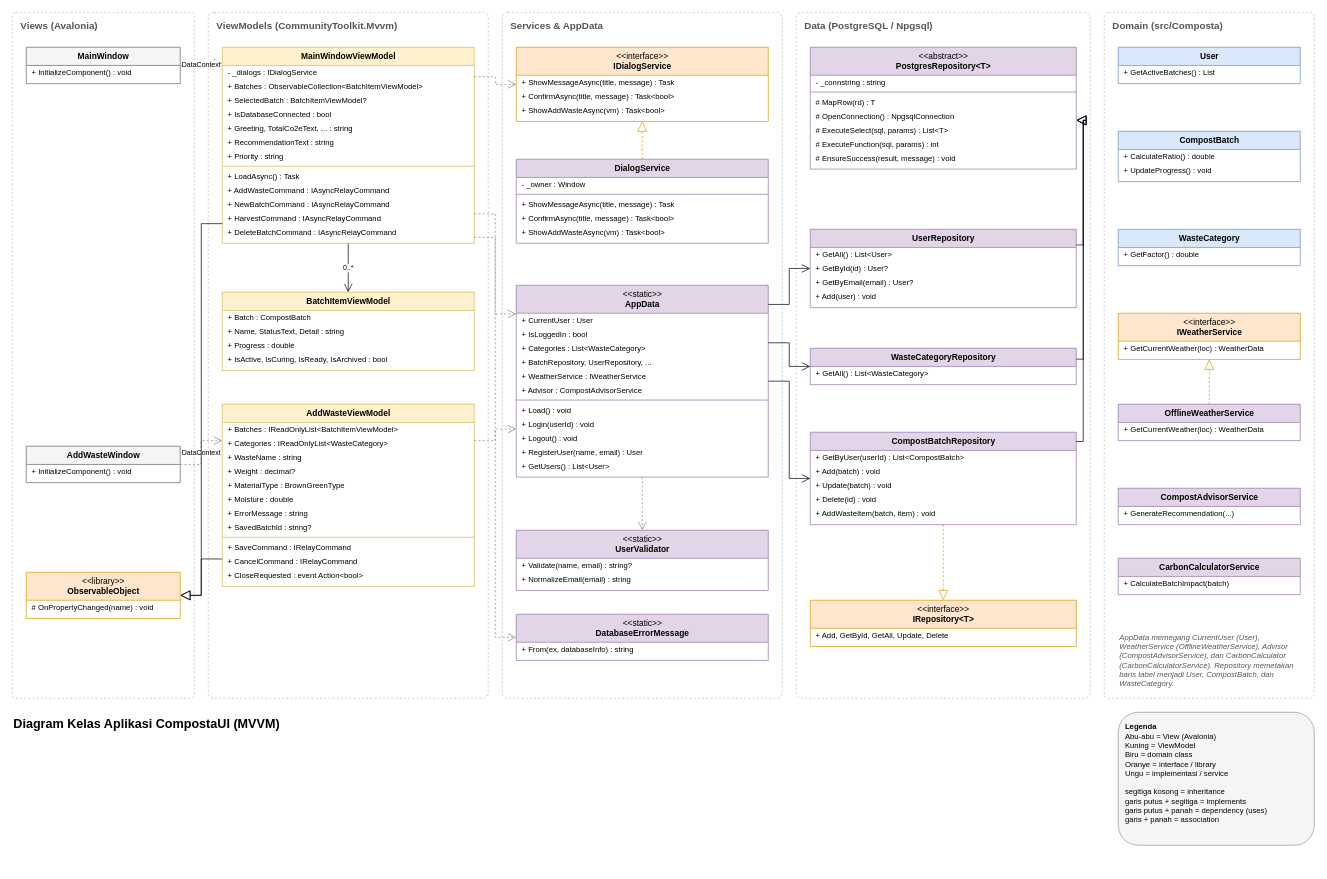
Earlier version of the draw.io diagram docs/class-diagram-aplikasi.drawio (Nabil-Aufa/composta). Source tidied: cells renumbered, new cells numbered last; positions are measured from the earlier drawing's top-left corner, leaving out a move shared by most shapes. Both pictures are drawn from the tidied source at 70%, with x=0, y=0 at pixel (12, 12).
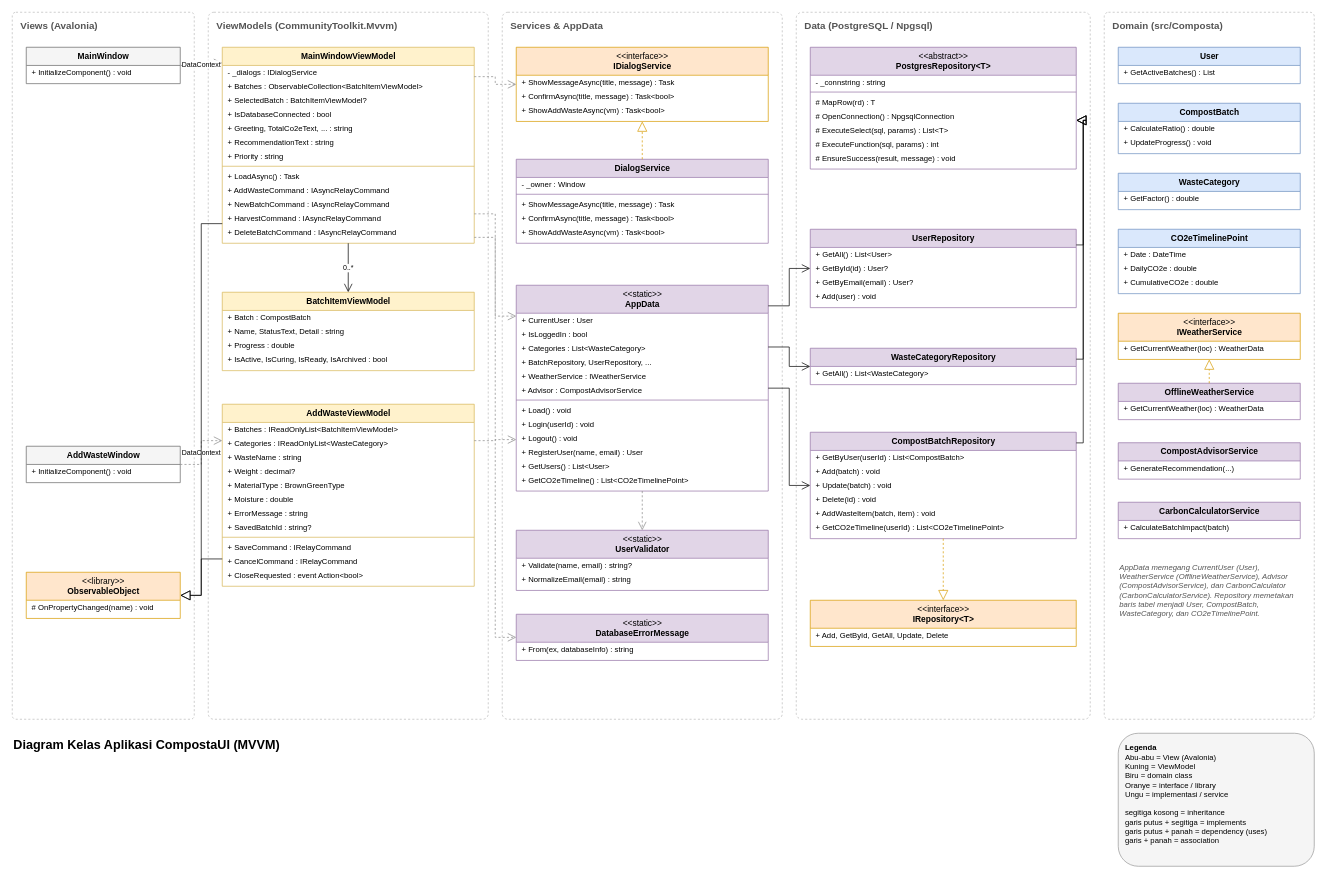
After the change.

Commit message (it also covers changes not shown here):
fix: selaraskan pembulatan CO2e timeline dengan banker's rounding dan update diagram kelas (#17)

What changed in the source:
```diff
@@
     <mxCell id="2" value="Views (Avalonia)" style="rounded=1;arcSize=2;dashed=1;fillColor=none;strokeColor=#BBBBBB;verticalAlign=top;align=left;spacingLeft=10;spacingTop=4;fontStyle=1;fontSize=14;fontColor=#555555;" parent="1" vertex="1">
-      <mxGeometry width="260" height="980" as="geometry" />
+      <mxGeometry width="260" height="1010" as="geometry" />
     </mxCell>
     <mxCell id="3" value="ViewModels (CommunityToolkit.Mvvm)" style="rounded=1;arcSize=2;dashed=1;fillColor=none;strokeColor=#BBBBBB;verticalAlign=top;align=left;spacingLeft=10;spacingTop=4;fontStyle=1;fontSize=14;fontColor=#555555;" parent="1" vertex="1">
-      <mxGeometry x="280" width="400" height="980" as="geometry" />
+      <mxGeometry x="280" width="400" height="1010" as="geometry" />
     </mxCell>
     <mxCell id="4" value="Services &amp; AppData" style="rounded=1;arcSize=2;dashed=1;fillColor=none;strokeColor=#BBBBBB;verticalAlign=top;align=left;spacingLeft=10;spacingTop=4;fontStyle=1;fontSize=14;fontColor=#555555;" parent="1" vertex="1">
-      <mxGeometry x="700" width="400" height="980" as="geometry" />
+      <mxGeometry x="700" width="400" height="1010" as="geometry" />
     </mxCell>
     <mxCell id="5" value="Data (PostgreSQL / Npgsql)" style="rounded=1;arcSize=2;dashed=1;fillColor=none;strokeColor=#BBBBBB;verticalAlign=top;align=left;spacingLeft=10;spacingTop=4;fontStyle=1;fontSize=14;fontColor=#555555;" parent="1" vertex="1">
-      <mxGeometry x="1120" width="420" height="980" as="geometry" />
+      <mxGeometry x="1120" width="420" height="1010" as="geometry" />
     </mxCell>
     <mxCell id="6" value="Domain (src/Composta)" style="rounded=1;arcSize=2;dashed=1;fillColor=none;strokeColor=#BBBBBB;verticalAlign=top;align=left;spacingLeft=10;spacingTop=4;fontStyle=1;fontSize=14;fontColor=#555555;" parent="1" vertex="1">
-      <mxGeometry x="1560" width="300" height="980" as="geometry" />
+      <mxGeometry x="1560" width="300" height="1010" as="geometry" />
     </mxCell>
@@
     <mxCell id="55" value="&amp;lt;&amp;lt;static&amp;gt;&amp;gt;&lt;br&gt;&lt;b&gt;AppData&lt;/b&gt;" style="swimlane;html=1;fontStyle=0;horizontal=1;startSize=40;fillColor=#e1d5e7;strokeColor=#9673a6;swimlaneFillColor=#ffffff;fontSize=12;" parent="1" vertex="1">
-      <mxGeometry x="720" y="390" width="360" height="274" as="geometry" />
+      <mxGeometry x="720" y="390" width="360" height="294" as="geometry" />
     </mxCell>
@@
+    <mxCell id="133" value="+ GetCO2eTimeline() : List&lt;CO2eTimelinePoint&gt;" style="text;strokeColor=none;fillColor=none;align=left;verticalAlign=middle;spacingLeft=6;fontSize=11;" parent="55" vertex="1">
+      <mxGeometry y="268" width="360" height="20" as="geometry" />
+    </mxCell>
@@
     <mxCell id="86" value="&lt;b&gt;CompostBatchRepository&lt;/b&gt;" style="swimlane;html=1;fontStyle=0;horizontal=1;startSize=26;fillColor=#e1d5e7;strokeColor=#9673a6;swimlaneFillColor=#ffffff;fontSize=12;" parent="1" vertex="1">
-      <mxGeometry x="1140" y="600" width="380" height="132" as="geometry" />
+      <mxGeometry x="1140" y="600" width="380" height="152" as="geometry" />
     </mxCell>
@@
+    <mxCell id="134" value="+ GetCO2eTimeline(userId) : List&lt;CO2eTimelinePoint&gt;" style="text;strokeColor=none;fillColor=none;align=left;verticalAlign=middle;spacingLeft=6;fontSize=11;" parent="86" vertex="1">
+      <mxGeometry y="126" width="380" height="20" as="geometry" />
+    </mxCell>
@@
     <mxCell id="98" value="&lt;b&gt;CompostBatch&lt;/b&gt;" style="swimlane;html=1;fontStyle=0;horizontal=1;startSize=26;fillColor=#dae8fc;strokeColor=#6c8ebf;swimlaneFillColor=#ffffff;fontSize=12;" parent="1" vertex="1">
-      <mxGeometry x="1580" y="170" width="260" height="72" as="geometry" />
+      <mxGeometry x="1580" y="130" width="260" height="72" as="geometry" />
     </mxCell>
@@
     <mxCell id="101" value="&lt;b&gt;WasteCategory&lt;/b&gt;" style="swimlane;html=1;fontStyle=0;horizontal=1;startSize=26;fillColor=#dae8fc;strokeColor=#6c8ebf;swimlaneFillColor=#ffffff;fontSize=12;" parent="1" vertex="1">
-      <mxGeometry x="1580" y="310" width="260" height="52" as="geometry" />
+      <mxGeometry x="1580" y="230" width="260" height="52" as="geometry" />
     </mxCell>
@@
+    <mxCell id="135" value="&lt;b&gt;CO2eTimelinePoint&lt;/b&gt;" style="swimlane;html=1;fontStyle=0;horizontal=1;startSize=26;fillColor=#dae8fc;strokeColor=#6c8ebf;swimlaneFillColor=#ffffff;fontSize=12;" parent="1" vertex="1">
+      <mxGeometry x="1580" y="310" width="260" height="92" as="geometry" />
+    </mxCell>
+    <mxCell id="136" value="+ Date : DateTime" style="text;strokeColor=none;fillColor=none;align=left;verticalAlign=middle;spacingLeft=6;fontSize=11;" parent="135" vertex="1">
+      <mxGeometry y="26" width="260" height="20" as="geometry" />
+    </mxCell>
+    <mxCell id="137" value="+ DailyCO2e : double" style="text;strokeColor=none;fillColor=none;align=left;verticalAlign=middle;spacingLeft=6;fontSize=11;" parent="135" vertex="1">
+      <mxGeometry y="46" width="260" height="20" as="geometry" />
+    </mxCell>
+    <mxCell id="138" value="+ CumulativeCO2e : double" style="text;strokeColor=none;fillColor=none;align=left;verticalAlign=middle;spacingLeft=6;fontSize=11;" parent="135" vertex="1">
+      <mxGeometry y="66" width="260" height="20" as="geometry" />
+    </mxCell>
@@
     <mxCell id="105" value="&lt;b&gt;OfflineWeatherService&lt;/b&gt;" style="swimlane;html=1;fontStyle=0;horizontal=1;startSize=26;fillColor=#e1d5e7;strokeColor=#9673a6;swimlaneFillColor=#ffffff;fontSize=12;" parent="1" vertex="1">
-      <mxGeometry x="1580" y="560" width="260" height="52" as="geometry" />
+      <mxGeometry x="1580" y="530" width="260" height="52" as="geometry" />
     </mxCell>
@@
     <mxCell id="107" value="&lt;b&gt;CompostAdvisorService&lt;/b&gt;" style="swimlane;html=1;fontStyle=0;horizontal=1;startSize=26;fillColor=#e1d5e7;strokeColor=#9673a6;swimlaneFillColor=#ffffff;fontSize=12;" parent="1" vertex="1">
-      <mxGeometry x="1580" y="680" width="260" height="52" as="geometry" />
+      <mxGeometry x="1580" y="615" width="260" height="52" as="geometry" />
     </mxCell>
@@
     <mxCell id="109" value="&lt;b&gt;CarbonCalculatorService&lt;/b&gt;" style="swimlane;html=1;fontStyle=0;horizontal=1;startSize=26;fillColor=#e1d5e7;strokeColor=#9673a6;swimlaneFillColor=#ffffff;fontSize=12;" parent="1" vertex="1">
-      <mxGeometry x="1580" y="780" width="260" height="52" as="geometry" />
+      <mxGeometry x="1580" y="700" width="260" height="52" as="geometry" />
     </mxCell>
@@
-    <mxCell id="130" value="&lt;i&gt;AppData memegang CurrentUser (User), WeatherService (OfflineWeatherService), Advisor (CompostAdvisorService), dan CarbonCalculator (CarbonCalculatorService). Repository memetakan baris tabel menjadi User, CompostBatch, dan WasteCategory.&lt;/i&gt;" style="text;html=1;whiteSpace=wrap;fontSize=11;fontColor=#555555;align=left;verticalAlign=top;" parent="1" vertex="1">
-      <mxGeometry x="1580" y="880" width="260" height="90" as="geometry" />
+    <mxCell id="130" value="&lt;i&gt;AppData memegang CurrentUser (User), WeatherService (OfflineWeatherService), Advisor (CompostAdvisorService), dan CarbonCalculator (CarbonCalculatorService). Repository memetakan baris tabel menjadi User, CompostBatch, WasteCategory, dan CO2eTimelinePoint.&lt;/i&gt;" style="text;html=1;whiteSpace=wrap;fontSize=11;fontColor=#555555;align=left;verticalAlign=top;" parent="1" vertex="1">
+      <mxGeometry x="1580" y="780" width="260" height="110" as="geometry" />
     </mxCell>
     <mxCell id="131" value="&lt;b&gt;Legenda&lt;/b&gt;&lt;br&gt;Abu-abu = View (Avalonia)&lt;br&gt;Kuning = ViewModel&lt;br&gt;Biru = domain class&lt;br&gt;Oranye = interface / library&lt;br&gt;Ungu = implementasi / service&lt;br&gt;&lt;br&gt;segitiga kosong = inheritance&lt;br&gt;garis putus + segitiga = implements&lt;br&gt;garis putus + panah = dependency (uses)&lt;br&gt;garis + panah = association" style="rounded=1;whiteSpace=wrap;html=1;align=left;verticalAlign=top;spacing=10;fillColor=#f5f5f5;strokeColor=#999999;fontSize=11;" parent="1" vertex="1">
-      <mxGeometry x="1580" y="1000" width="280" height="190" as="geometry" />
+      <mxGeometry x="1580" y="1030" width="280" height="190" as="geometry" />
     </mxCell>
     <mxCell id="132" value="&lt;b&gt;Diagram Kelas Aplikasi CompostaUI (MVVM)&lt;/b&gt;" style="text;html=1;fontSize=18;align=left;" parent="1" vertex="1">
-      <mxGeometry y="1000" width="600" height="30" as="geometry" />
+      <mxGeometry y="1030" width="600" height="30" as="geometry" />
     </mxCell>
```
